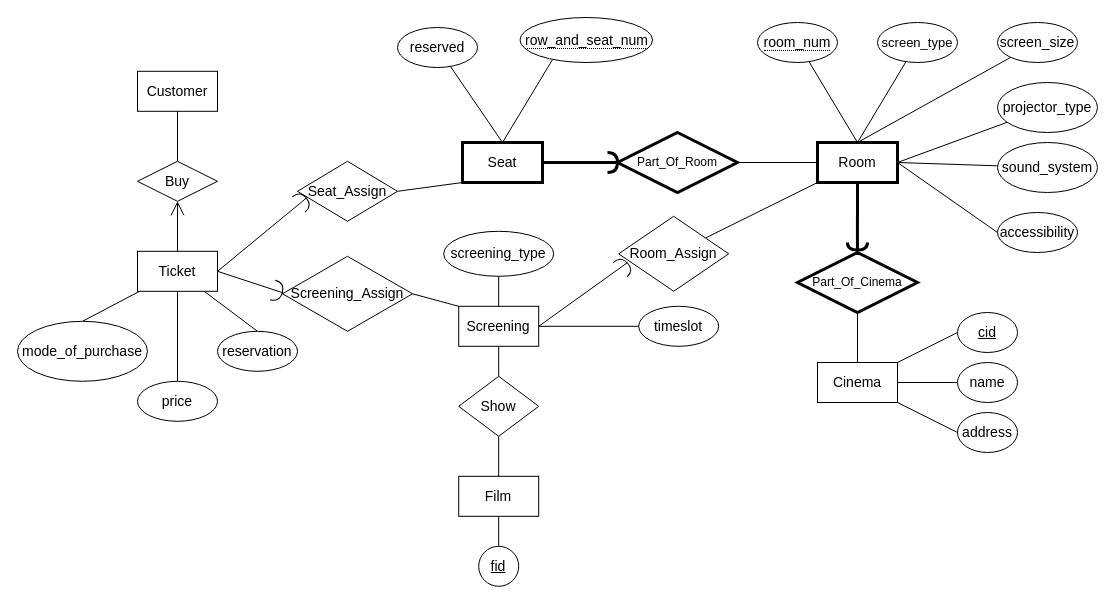
This is Assignment 1/ER Diagram.drawio from nguyen-gia-hien-tu/CS3DB3, a draw.io file, before an edit. Source tidied: cells renumbered, new cells numbered last; positions are measured from the earlier drawing's top-left corner, leaving out a move shared by most shapes. Both pictures are drawn from the tidied source at 100%, with x=0, y=0 at pixel (17, 17).
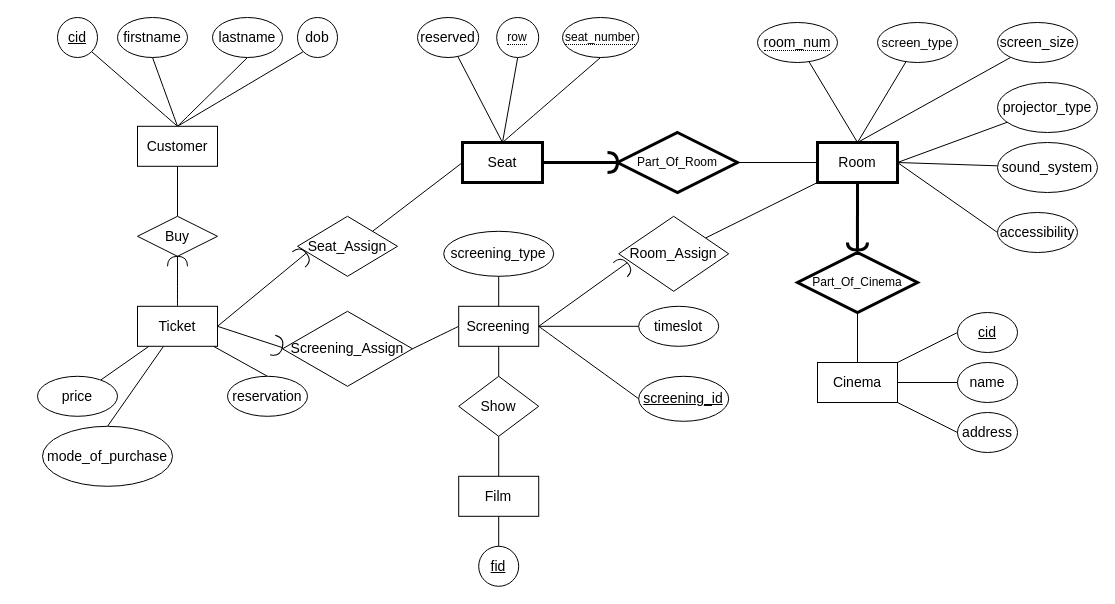
After the change.

The change refers to these unchanged cells:
```xml
<mxCell id="28" value="Seat" style="whiteSpace=wrap;html=1;align=center;strokeWidth=3;fontSize=14;" parent="1" vertex="1">
  <mxGeometry x="445" y="125" width="80" height="40" as="geometry" />
</mxCell>
<mxCell id="36" value="Screening" style="whiteSpace=wrap;html=1;align=center;fontSize=14;strokeWidth=1;" parent="1" vertex="1">
  <mxGeometry x="441.2" y="288.8" width="80" height="40" as="geometry" />
</mxCell>
```

What changed in the source:
```diff
@@
-    <mxCell id="27" style="edgeStyle=none;rounded=0;jettySize=auto;html=1;entryX=1;entryY=0.5;entryDx=0;entryDy=0;fontSize=14;endArrow=none;strokeWidth=1;exitX=0;exitY=1;exitDx=0;exitDy=0;" parent="1" edge="1" source="28" target="48">
+    <mxCell id="27" style="edgeStyle=none;rounded=0;jettySize=auto;html=1;entryX=1;entryY=0;entryDx=0;entryDy=0;fontSize=14;endArrow=none;strokeWidth=1;exitX=0;exitY=0.5;exitDx=0;exitDy=0;" parent="1" edge="1" source="28" target="48">
       <mxGeometry relative="1" as="geometry" />
     </mxCell>
+    <mxCell id="72" style="edgeStyle=none;curved=1;rounded=0;jettySize=auto;html=1;entryX=0.5;entryY=1;entryDx=0;entryDy=0;endArrow=none;endFill=0;startSize=14;endSize=14;sourcePerimeterSpacing=8;targetPerimeterSpacing=8;exitX=0.5;exitY=0;exitDx=0;exitDy=0;" parent="1" edge="1" source="28" target="79">
+      <mxGeometry relative="1" as="geometry" />
+    </mxCell>
@@
-    <mxCell id="31" style="edgeStyle=none;rounded=0;jettySize=auto;html=1;fontSize=14;endArrow=none;strokeWidth=1;exitX=0.243;exitY=0.947;exitDx=0;exitDy=0;exitPerimeter=0;entryX=0.5;entryY=0;entryDx=0;entryDy=0;" parent="1" edge="1" source="62" target="28">
+    <mxCell id="31" style="edgeStyle=none;rounded=0;jettySize=auto;html=1;fontSize=14;endArrow=none;strokeWidth=1;entryX=0.5;entryY=0;entryDx=0;entryDy=0;exitX=0.5;exitY=1;exitDx=0;exitDy=0;" parent="1" edge="1" source="80" target="28">
       <mxGeometry relative="1" as="geometry" />
     </mxCell>
@@
     <mxCell id="33" value="reserved" style="ellipse;whiteSpace=wrap;html=1;align=center;fontSize=14;strokeWidth=1;" parent="1" vertex="1">
-      <mxGeometry x="380" y="10" width="80" height="40" as="geometry" />
+      <mxGeometry x="400" width="61.2" height="40" as="geometry" />
     </mxCell>
@@
-    <mxCell id="35" style="edgeStyle=none;curved=1;rounded=0;jettySize=auto;html=1;entryX=1;entryY=0.5;entryDx=0;entryDy=0;endArrow=none;startSize=14;endSize=14;sourcePerimeterSpacing=8;targetPerimeterSpacing=8;endFill=0;exitX=0;exitY=0;exitDx=0;exitDy=0;" parent="1" edge="1" source="36" target="68">
+    <mxCell id="35" style="edgeStyle=none;curved=1;rounded=0;jettySize=auto;html=1;entryX=1;entryY=0.5;entryDx=0;entryDy=0;endArrow=none;startSize=14;endSize=14;sourcePerimeterSpacing=8;targetPerimeterSpacing=8;endFill=0;exitX=0;exitY=0.5;exitDx=0;exitDy=0;" parent="1" edge="1" source="36" target="68">
       <mxGeometry relative="1" as="geometry" />
     </mxCell>
+    <mxCell id="73" style="edgeStyle=none;curved=1;rounded=0;jettySize=auto;html=1;entryX=0;entryY=0.5;entryDx=0;entryDy=0;endArrow=none;endFill=0;startSize=14;endSize=14;sourcePerimeterSpacing=8;targetPerimeterSpacing=8;exitX=1;exitY=0.5;exitDx=0;exitDy=0;" parent="1" edge="1" source="36" target="86">
+      <mxGeometry relative="1" as="geometry" />
+    </mxCell>
@@
     <mxCell id="48" value="Seat_Assign" style="shape=rhombus;perimeter=rhombusPerimeter;whiteSpace=wrap;html=1;align=center;fontSize=14;strokeWidth=1;" parent="1" vertex="1">
-      <mxGeometry x="280" y="143.8" width="100" height="60" as="geometry" />
+      <mxGeometry x="280" y="198.8" width="100" height="60" as="geometry" />
     </mxCell>
@@
+    <mxCell id="74" style="edgeStyle=none;curved=1;rounded=0;jettySize=auto;html=1;entryX=1;entryY=0.5;entryDx=0;entryDy=0;entryPerimeter=0;endArrow=none;endFill=0;startSize=14;endSize=14;sourcePerimeterSpacing=8;targetPerimeterSpacing=8;exitX=0.5;exitY=0;exitDx=0;exitDy=0;" parent="1" edge="1" source="52" target="81">
+      <mxGeometry relative="1" as="geometry" />
+    </mxCell>
     <mxCell id="52" value="Ticket" style="whiteSpace=wrap;html=1;align=center;fontSize=14;strokeWidth=1;" parent="1" vertex="1">
-      <mxGeometry x="120" y="233.8" width="80" height="40" as="geometry" />
+      <mxGeometry x="120" y="288.8" width="80" height="40" as="geometry" />
     </mxCell>
     <mxCell id="53" value="mode_of_purchase" style="ellipse;whiteSpace=wrap;html=1;align=center;fontSize=14;strokeWidth=1;" parent="1" vertex="1">
-      <mxGeometry y="303.8" width="130" height="60" as="geometry" />
+      <mxGeometry x="25" y="408.8" width="130" height="60" as="geometry" />
     </mxCell>
     <mxCell id="54" value="price" style="ellipse;whiteSpace=wrap;html=1;align=center;fontSize=14;strokeWidth=1;" parent="1" vertex="1">
-      <mxGeometry x="120" y="363.8" width="80" height="40" as="geometry" />
+      <mxGeometry x="20" y="358.8" width="80" height="40" as="geometry" />
     </mxCell>
     <mxCell id="55" value="reservation" style="ellipse;whiteSpace=wrap;html=1;align=center;fontSize=14;strokeWidth=1;" parent="1" vertex="1">
-      <mxGeometry x="200" y="313.8" width="80" height="40" as="geometry" />
+      <mxGeometry x="210" y="358.8" width="80" height="40" as="geometry" />
     </mxCell>
-    <mxCell id="56" style="endArrow=open;endFill=1;endSize=12;html=1;fontSize=14;strokeWidth=1;exitX=0.5;exitY=0;exitDx=0;exitDy=0;" parent="1" edge="1" source="52" target="58">
-      <mxGeometry relative="1" as="geometry" />
-    </mxCell>
@@
     <mxCell id="58" value="Buy" style="shape=rhombus;perimeter=rhombusPerimeter;whiteSpace=wrap;html=1;align=center;fontSize=14;strokeWidth=1;" parent="1" vertex="1">
-      <mxGeometry x="120" y="143.8" width="80" height="40" as="geometry" />
+      <mxGeometry x="120" y="198.8" width="80" height="40" as="geometry" />
     </mxCell>
+    <mxCell id="75" style="edgeStyle=none;curved=1;rounded=0;jettySize=auto;html=1;entryX=1;entryY=1;entryDx=0;entryDy=0;endArrow=none;endFill=0;startSize=14;endSize=14;sourcePerimeterSpacing=8;targetPerimeterSpacing=8;exitX=0.5;exitY=0;exitDx=0;exitDy=0;" parent="1" edge="1" source="59" target="82">
+      <mxGeometry relative="1" as="geometry" />
+    </mxCell>
+    <mxCell id="76" style="edgeStyle=none;curved=1;rounded=0;jettySize=auto;html=1;entryX=0.5;entryY=1;entryDx=0;entryDy=0;endArrow=none;endFill=0;startSize=14;endSize=14;sourcePerimeterSpacing=8;targetPerimeterSpacing=8;exitX=0.5;exitY=0;exitDx=0;exitDy=0;" parent="1" edge="1" source="59" target="83">
+      <mxGeometry relative="1" as="geometry" />
+    </mxCell>
+    <mxCell id="77" style="edgeStyle=none;curved=1;rounded=0;jettySize=auto;html=1;entryX=0.5;entryY=1;entryDx=0;entryDy=0;endArrow=none;endFill=0;startSize=14;endSize=14;sourcePerimeterSpacing=8;targetPerimeterSpacing=8;exitX=0.5;exitY=0;exitDx=0;exitDy=0;" parent="1" edge="1" source="59" target="84">
+      <mxGeometry relative="1" as="geometry" />
+    </mxCell>
+    <mxCell id="78" style="edgeStyle=none;curved=1;rounded=0;jettySize=auto;html=1;entryX=0;entryY=1;entryDx=0;entryDy=0;endArrow=none;endFill=0;startSize=14;endSize=14;sourcePerimeterSpacing=8;targetPerimeterSpacing=8;exitX=0.5;exitY=0;exitDx=0;exitDy=0;" parent="1" edge="1" source="59" target="85">
+      <mxGeometry relative="1" as="geometry" />
+    </mxCell>
     <mxCell id="59" value="Customer" style="whiteSpace=wrap;html=1;align=center;fontSize=14;strokeWidth=1;" parent="1" vertex="1">
-      <mxGeometry x="120" y="53.8" width="80" height="40" as="geometry" />
+      <mxGeometry x="120" y="108.8" width="80" height="40" as="geometry" />
     </mxCell>
     <mxCell id="60" style="shape=requiredInterface;html=1;verticalLabelPosition=bottom;fontSize=14;strokeWidth=1;rotation=-40;" parent="1" vertex="1">
-      <mxGeometry x="280" y="173.8" width="10" height="20" as="geometry" />
+      <mxGeometry x="280" y="228.8" width="10" height="20" as="geometry" />
     </mxCell>
@@
-    <mxCell id="62" value="&lt;span style=&quot;border-bottom: 1px dotted&quot;&gt;row_and_seat_num&lt;/span&gt;" style="ellipse;whiteSpace=wrap;html=1;align=center;fontSize=14;strokeWidth=1;" parent="1" vertex="1">
-      <mxGeometry x="502.5" width="132.5" height="45" as="geometry" />
-    </mxCell>
@@
     <mxCell id="68" value="Screening_Assign" style="shape=rhombus;perimeter=rhombusPerimeter;whiteSpace=wrap;html=1;align=center;fontSize=14;strokeWidth=1;" parent="1" vertex="1">
-      <mxGeometry x="265" y="238.8" width="130" height="75" as="geometry" />
+      <mxGeometry x="265" y="293.8" width="130" height="75" as="geometry" />
     </mxCell>
@@
     <mxCell id="70" style="shape=requiredInterface;html=1;verticalLabelPosition=bottom;fontSize=14;strokeWidth=1;rotation=15;" parent="1" vertex="1">
-      <mxGeometry x="255" y="263.8" width="10" height="20" as="geometry" />
+      <mxGeometry x="255" y="318.8" width="10" height="20" as="geometry" />
     </mxCell>
@@
+    <mxCell id="79" value="&lt;span style=&quot;border-bottom: 1px dotted&quot;&gt;seat_number&lt;/span&gt;" style="ellipse;whiteSpace=wrap;html=1;align=center;hachureGap=4;" parent="1" vertex="1">
+      <mxGeometry x="545" width="76.2" height="40" as="geometry" />
+    </mxCell>
+    <mxCell id="80" value="&lt;span style=&quot;border-bottom: 1px dotted&quot;&gt;row&lt;/span&gt;" style="ellipse;whiteSpace=wrap;html=1;align=center;hachureGap=4;" parent="1" vertex="1">
+      <mxGeometry x="479.2" width="42" height="40" as="geometry" />
+    </mxCell>
+    <mxCell id="81" style="shape=requiredInterface;html=1;verticalLabelPosition=bottom;fontSize=14;strokeWidth=1;rotation=-90;" parent="1" vertex="1">
+      <mxGeometry x="155" y="233.8" width="10" height="20" as="geometry" />
+    </mxCell>
+    <mxCell id="82" value="&lt;font style=&quot;font-size: 14px&quot;&gt;cid&lt;/font&gt;" style="ellipse;whiteSpace=wrap;html=1;align=center;fontStyle=4;hachureGap=4;" parent="1" vertex="1">
+      <mxGeometry x="40" width="40" height="40" as="geometry" />
+    </mxCell>
+    <mxCell id="83" value="&lt;font style=&quot;font-size: 14px&quot;&gt;firstname&lt;/font&gt;" style="ellipse;whiteSpace=wrap;html=1;align=center;hachureGap=4;" parent="1" vertex="1">
+      <mxGeometry x="100" width="70" height="40" as="geometry" />
+    </mxCell>
+    <mxCell id="84" value="&lt;font style=&quot;font-size: 14px&quot;&gt;lastname&lt;/font&gt;" style="ellipse;whiteSpace=wrap;html=1;align=center;hachureGap=4;" parent="1" vertex="1">
+      <mxGeometry x="195" width="70" height="40" as="geometry" />
+    </mxCell>
+    <mxCell id="85" value="&lt;font style=&quot;font-size: 14px&quot;&gt;dob&lt;/font&gt;" style="ellipse;whiteSpace=wrap;html=1;align=center;hachureGap=4;" parent="1" vertex="1">
+      <mxGeometry x="280" width="40" height="40" as="geometry" />
+    </mxCell>
+    <mxCell id="86" value="screening_id" style="ellipse;whiteSpace=wrap;html=1;align=center;fontStyle=4;hachureGap=4;strokeWidth=1;fontSize=14;" parent="1" vertex="1">
+      <mxGeometry x="621.2" y="358.8" width="90" height="45" as="geometry" />
+    </mxCell>
```
